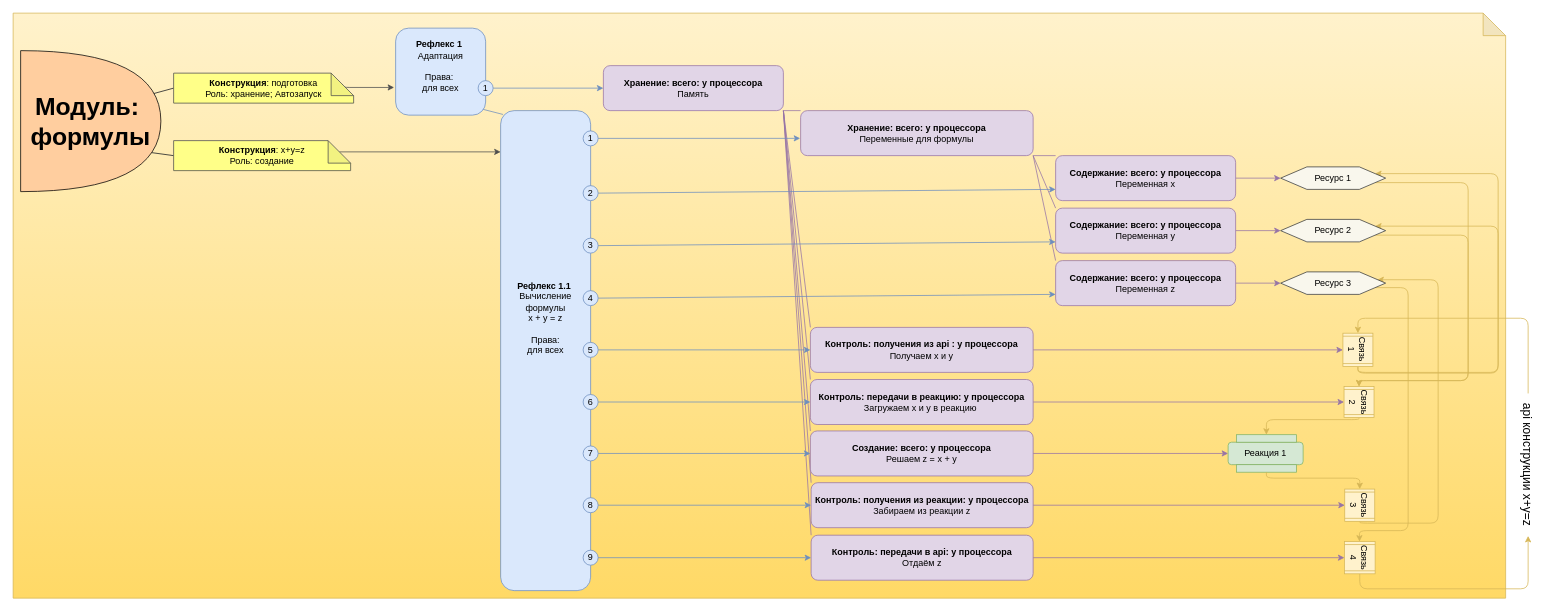
Before: Картинки/Module.drawio in it-architector/invention.csdr, a draw.io diagram. Source tidied: cells renumbered, new cells numbered last; positions are measured from the earlier drawing's top-left corner, leaving out a move shared by most shapes. Both pictures are drawn from the tidied source at 75%, with x=0, y=0 at pixel (13, 13).
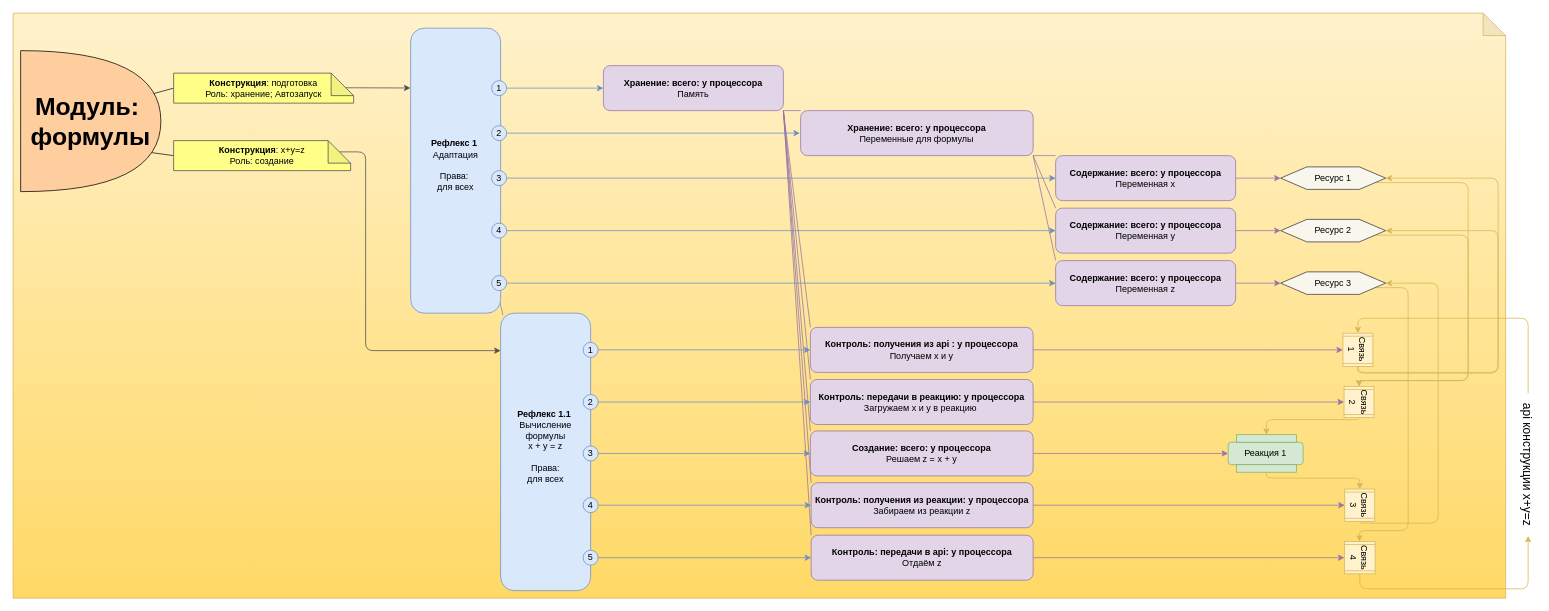
After the change.

Unchanged cells that the change refers to:
```xml
<mxCell id="11" value="&lt;b&gt;Содержание: всего: у&amp;nbsp;&lt;/b&gt;&lt;b&gt;процессора&lt;/b&gt;&lt;br&gt;Переменная z" style="rounded=1;whiteSpace=wrap;html=1;fillColor=#e1d5e7;strokeColor=#9673a6;" parent="1" vertex="1">
  <mxGeometry x="1390" y="330" width="240" height="60" as="geometry" />
</mxCell>
<mxCell id="14" value="Связь 1" style="shape=process;whiteSpace=wrap;html=1;backgroundOutline=1;fillColor=#fff2cc;strokeColor=#D6B656;rotation=90;" parent="1" vertex="1">
  <mxGeometry x="1770.8" y="429" width="44.5" height="40" as="geometry" />
</mxCell>
<mxCell id="18" value="&lt;b&gt;Хранение: всего: у&amp;nbsp;&lt;/b&gt;&lt;b&gt;процессора&lt;/b&gt;&lt;br&gt;Переменные для формулы" style="rounded=1;whiteSpace=wrap;html=1;fillColor=#e1d5e7;strokeColor=#9673a6;gradientColor=none;" parent="1" vertex="1">
  <mxGeometry x="1050" y="130" width="310" height="60" as="geometry" />
</mxCell>
<mxCell id="20" value="&lt;b&gt;Содержание: всего: у&amp;nbsp;&lt;/b&gt;&lt;b&gt;процессора&lt;/b&gt;&lt;br&gt;Переменная x" style="rounded=1;whiteSpace=wrap;html=1;fillColor=#e1d5e7;strokeColor=#9673A6;" parent="1" vertex="1">
  <mxGeometry x="1390" y="190" width="240" height="60" as="geometry" />
</mxCell>
<mxCell id="22" value="&lt;b&gt;Содержание: всего: у&amp;nbsp;&lt;/b&gt;&lt;b&gt;процессора&lt;/b&gt;&lt;br&gt;Переменная y" style="rounded=1;whiteSpace=wrap;html=1;fillColor=#e1d5e7;strokeColor=#9673a6;" parent="1" vertex="1">
  <mxGeometry x="1390" y="260" width="240" height="60" as="geometry" />
</mxCell>
<mxCell id="41" value="Связь 3" style="shape=process;whiteSpace=wrap;html=1;backgroundOutline=1;fillColor=#fff2cc;strokeColor=#D6B656;rotation=90;" parent="1" vertex="1">
  <mxGeometry x="1774" y="636.1" width="43" height="40" as="geometry" />
</mxCell>
<mxCell id="59" value="&lt;b&gt;Конструкция&lt;/b&gt;:&amp;nbsp;x+y=z&lt;br&gt;Роль: создание" style="shape=note;whiteSpace=wrap;html=1;backgroundOutline=1;darkOpacity=0.05;fillColor=#FFFF88;strokeColor=#4D4D4D;" parent="1" vertex="1">
  <mxGeometry x="214" y="170" width="236" height="40" as="geometry" />
</mxCell>
<mxCell id="61" value="Ресурс 1" style="shape=hexagon;perimeter=hexagonPerimeter2;whiteSpace=wrap;html=1;fillColor=#f9f7ed;strokeColor=#36393d;" parent="1" vertex="1">
  <mxGeometry x="1690" y="205" width="140" height="30" as="geometry" />
</mxCell>
<mxCell id="63" value="Ресурс 2" style="shape=hexagon;perimeter=hexagonPerimeter2;whiteSpace=wrap;html=1;fillColor=#f9f7ed;strokeColor=#36393d;" parent="1" vertex="1">
  <mxGeometry x="1690" y="275" width="140" height="30" as="geometry" />
</mxCell>
<mxCell id="65" value="Ресурс 3" style="shape=hexagon;perimeter=hexagonPerimeter2;whiteSpace=wrap;html=1;fillColor=#f9f7ed;strokeColor=#36393d;" parent="1" vertex="1">
  <mxGeometry x="1690" y="345" width="140" height="30" as="geometry" />
</mxCell>
<mxCell id="71" value="&lt;b&gt;Конструкция&lt;/b&gt;:&amp;nbsp;подготовка&lt;br&gt;Роль: хранение; Автозапуск" style="shape=note;whiteSpace=wrap;html=1;backgroundOutline=1;darkOpacity=0.05;fillColor=#FFFF88;strokeColor=#4D4D4D;" parent="1" vertex="1">
  <mxGeometry x="214" y="80" width="240" height="40" as="geometry" />
</mxCell>
```

Change to the diagram source:
```diff
@@
-    <mxCell id="12" style="edgeStyle=orthogonalEdgeStyle;rounded=1;jettySize=auto;html=1;exitX=1;exitY=0.5;exitDx=0;exitDy=0;entryX=1;entryY=0.25;entryDx=0;entryDy=0;strokeColor=#D6B656;" parent="1" edge="1" source="14" target="61">
+    <mxCell id="12" style="edgeStyle=orthogonalEdgeStyle;rounded=1;jettySize=auto;html=1;exitX=1;exitY=0.5;exitDx=0;exitDy=0;entryX=1;entryY=0.5;entryDx=0;entryDy=0;strokeColor=#D6B656;" parent="1" edge="1" source="14" target="61">
       <mxGeometry relative="1" as="geometry">
         <Array as="points">
           <mxPoint x="1793" y="479" />
           <mxPoint x="1980" y="479" />
-          <mxPoint x="1980" y="214" />
+          <mxPoint x="1980" y="220" />
         </Array>
       </mxGeometry>
     </mxCell>
-    <mxCell id="13" style="edgeStyle=orthogonalEdgeStyle;rounded=1;jettySize=auto;html=1;exitX=1;exitY=0.5;exitDx=0;exitDy=0;entryX=1;entryY=0.25;entryDx=0;entryDy=0;strokeColor=#D6B656;" parent="1" edge="1" source="14" target="63">
+    <mxCell id="13" style="edgeStyle=orthogonalEdgeStyle;rounded=1;jettySize=auto;html=1;exitX=1;exitY=0.5;exitDx=0;exitDy=0;entryX=1;entryY=0.5;entryDx=0;entryDy=0;strokeColor=#D6B656;" parent="1" edge="1" source="14" target="63">
       <mxGeometry relative="1" as="geometry">
         <Array as="points">
           <mxPoint x="1793" y="480" />
           <mxPoint x="1980" y="480" />
-          <mxPoint x="1980" y="284" />
+          <mxPoint x="1980" y="290" />
         </Array>
       </mxGeometry>
     </mxCell>
@@
-    <mxCell id="35" style="rounded=1;jettySize=auto;html=1;exitX=1;exitY=0.5;exitDx=0;exitDy=0;entryX=-0.002;entryY=0.616;entryDx=0;entryDy=0;endArrow=classic;endFill=1;strokeColor=#6C8EBF;entryPerimeter=0;" parent="1" edge="1" source="75" target="18">
-      <mxGeometry relative="1" as="geometry" />
+    <mxCell id="35" style="rounded=1;jettySize=auto;html=1;exitX=1;exitY=0.5;exitDx=0;exitDy=0;endArrow=classic;endFill=1;strokeColor=#6C8EBF;" parent="1" edge="1" source="75">
+      <mxGeometry relative="1" as="geometry">
+        <mxPoint x="1049" y="160" as="targetPoint" />
+      </mxGeometry>
     </mxCell>
-    <mxCell id="36" style="edgeStyle=none;rounded=1;jettySize=auto;html=1;exitX=1;exitY=0.5;exitDx=0;exitDy=0;entryX=0;entryY=0.75;entryDx=0;entryDy=0;endArrow=classic;endFill=1;strokeColor=#6C8EBF;" parent="1" edge="1" source="80" target="20">
+    <mxCell id="36" style="edgeStyle=none;rounded=1;jettySize=auto;html=1;exitX=1;exitY=0.5;exitDx=0;exitDy=0;entryX=0;entryY=0.5;entryDx=0;entryDy=0;endArrow=classic;endFill=1;strokeColor=#6C8EBF;" parent="1" edge="1" source="80" target="20">
       <mxGeometry relative="1" as="geometry" />
     </mxCell>
-    <mxCell id="37" value="&lt;b&gt;Рефлекс 1.1&lt;/b&gt;&lt;span&gt;&amp;nbsp;&lt;/span&gt;&lt;br&gt;&lt;span&gt;Вычисление формулы &lt;br&gt;x + y = z&lt;br&gt;&lt;br&gt;Права: &lt;br&gt;для всех&lt;br&gt;&lt;br&gt;&lt;br&gt;&lt;br&gt;&lt;br&gt;&lt;br&gt;&lt;br&gt;&lt;/span&gt;" style="rounded=1;whiteSpace=wrap;html=1;strokeColor=#6C8EBF;fillColor=#DAE8FC;align=center;verticalAlign=middle;" parent="1" vertex="1">
-      <mxGeometry x="650" y="130" width="120" height="640" as="geometry" />
+    <mxCell id="37" value="&lt;b&gt;Рефлекс 1.1&lt;/b&gt;&lt;span&gt;&amp;nbsp;&lt;/span&gt;&lt;br&gt;&lt;span&gt;Вычисление формулы &lt;br&gt;x + y = z&lt;br&gt;&lt;br&gt;Права: &lt;br&gt;для всех&lt;br&gt;&lt;br&gt;&lt;/span&gt;" style="rounded=1;whiteSpace=wrap;html=1;strokeColor=#6C8EBF;fillColor=#DAE8FC;align=center;verticalAlign=middle;" parent="1" vertex="1">
+      <mxGeometry x="650" y="400" width="120" height="370" as="geometry" />
     </mxCell>
@@
-    <mxCell id="40" style="rounded=1;jettySize=auto;html=1;exitX=1;exitY=0.5;exitDx=0;exitDy=0;entryX=0.922;entryY=0.349;entryDx=0;entryDy=0;strokeColor=#D6B656;edgeStyle=orthogonalEdgeStyle;entryPerimeter=0;" parent="1" edge="1" source="41" target="65">
+    <mxCell id="40" style="rounded=1;jettySize=auto;html=1;exitX=1;exitY=0.5;exitDx=0;exitDy=0;entryX=1;entryY=0.5;entryDx=0;entryDy=0;strokeColor=#D6B656;edgeStyle=orthogonalEdgeStyle;" parent="1" edge="1" source="41" target="65">
       <mxGeometry relative="1" as="geometry">
         <Array as="points">
           <mxPoint x="1796" y="680" />
           <mxPoint x="1900" y="680" />
-          <mxPoint x="1900" y="355" />
-          <mxPoint x="1819" y="355" />
+          <mxPoint x="1900" y="360" />
         </Array>
       </mxGeometry>
     </mxCell>
@@
-    <mxCell id="48" value="5" style="ellipse;whiteSpace=wrap;html=1;strokeColor=#6C8EBF;fillColor=#DAE8FC;" parent="1" vertex="1">
+    <mxCell id="48" value="1" style="ellipse;whiteSpace=wrap;html=1;strokeColor=#6C8EBF;fillColor=#DAE8FC;" parent="1" vertex="1">
       <mxGeometry x="760" y="439" width="20" height="20" as="geometry" />
     </mxCell>
-    <mxCell id="49" value="6" style="ellipse;whiteSpace=wrap;html=1;strokeColor=#6C8EBF;fillColor=#DAE8FC;" parent="1" vertex="1">
+    <mxCell id="49" value="2" style="ellipse;whiteSpace=wrap;html=1;strokeColor=#6C8EBF;fillColor=#DAE8FC;" parent="1" vertex="1">
       <mxGeometry x="760" y="508.5" width="20" height="20" as="geometry" />
     </mxCell>
-    <mxCell id="50" value="7" style="ellipse;whiteSpace=wrap;html=1;strokeColor=#6C8EBF;fillColor=#DAE8FC;" parent="1" vertex="1">
+    <mxCell id="50" value="3" style="ellipse;whiteSpace=wrap;html=1;strokeColor=#6C8EBF;fillColor=#DAE8FC;" parent="1" vertex="1">
       <mxGeometry x="760" y="577.1" width="20" height="20" as="geometry" />
     </mxCell>
-    <mxCell id="51" value="8" style="ellipse;whiteSpace=wrap;html=1;strokeColor=#6C8EBF;fillColor=#DAE8FC;" parent="1" vertex="1">
+    <mxCell id="51" value="4" style="ellipse;whiteSpace=wrap;html=1;strokeColor=#6C8EBF;fillColor=#DAE8FC;" parent="1" vertex="1">
       <mxGeometry x="760" y="646.1" width="20" height="20" as="geometry" />
     </mxCell>
-    <mxCell id="52" value="9" style="ellipse;whiteSpace=wrap;html=1;strokeColor=#6C8EBF;fillColor=#DAE8FC;" parent="1" vertex="1">
+    <mxCell id="52" value="5" style="ellipse;whiteSpace=wrap;html=1;strokeColor=#6C8EBF;fillColor=#DAE8FC;" parent="1" vertex="1">
       <mxGeometry x="760" y="716.1" width="20" height="20" as="geometry" />
     </mxCell>
@@
-    <mxCell id="57" style="edgeStyle=orthogonalEdgeStyle;rounded=1;jettySize=auto;html=1;exitX=0;exitY=0;exitDx=221;exitDy=15;exitPerimeter=0;endArrow=classic;endFill=1;strokeColor=#4D4D4D;" parent="1" edge="1" source="59">
+    <mxCell id="57" style="rounded=1;jettySize=auto;html=1;exitX=0;exitY=0;exitDx=221;exitDy=15;exitPerimeter=0;endArrow=classic;endFill=1;strokeColor=#4D4D4D;edgeStyle=orthogonalEdgeStyle;" parent="1" edge="1" source="59">
       <mxGeometry relative="1" as="geometry">
-        <mxPoint x="650" y="185" as="targetPoint" />
+        <mxPoint x="650" y="450" as="targetPoint" />
         <Array as="points">
-          <mxPoint x="650" y="185" />
+          <mxPoint x="470" y="185" />
+          <mxPoint x="470" y="450" />
+          <mxPoint x="650" y="450" />
         </Array>
       </mxGeometry>
     </mxCell>
@@
-    <mxCell id="69" style="edgeStyle=orthogonalEdgeStyle;rounded=1;jettySize=auto;html=1;exitX=0;exitY=0;exitDx=225;exitDy=15;exitPerimeter=0;entryX=-0.017;entryY=0.682;entryDx=0;entryDy=0;endArrow=classic;endFill=1;strokeColor=#4D4D4D;entryPerimeter=0;" parent="1" edge="1" source="71" target="73">
-      <mxGeometry relative="1" as="geometry">
-        <Array as="points">
-          <mxPoint x="439" y="99" />
-        </Array>
-      </mxGeometry>
+    <mxCell id="69" style="rounded=1;jettySize=auto;html=1;exitX=0.954;exitY=0.488;exitDx=0;exitDy=0;exitPerimeter=0;endArrow=classic;endFill=1;strokeColor=#4D4D4D;entryX=-0.002;entryY=0.21;entryDx=0;entryDy=0;entryPerimeter=0;" parent="1" edge="1" source="71" target="73">
+      <mxGeometry relative="1" as="geometry" />
     </mxCell>
@@
     <mxCell id="73" value="&lt;b&gt;Рефлекс 1&lt;/b&gt;&lt;span&gt;&amp;nbsp;&lt;/span&gt;&lt;br&gt;&lt;span&gt;Адаптация&lt;br&gt;&lt;br&gt;&lt;/span&gt;Права:&amp;nbsp;&lt;br&gt;для всех&lt;span&gt;&lt;br&gt;&lt;br&gt;&lt;/span&gt;" style="rounded=1;whiteSpace=wrap;html=1;strokeColor=#6C8EBF;fillColor=#DAE8FC;align=center;verticalAlign=middle;" parent="1" vertex="1">
-      <mxGeometry x="510" y="20" width="120" height="116" as="geometry" />
+      <mxGeometry x="530" y="20" width="120" height="380" as="geometry" />
     </mxCell>
@@
-    <mxCell id="75" value="1" style="ellipse;whiteSpace=wrap;html=1;strokeColor=#6C8EBF;fillColor=#DAE8FC;" parent="1" vertex="1">
-      <mxGeometry x="760" y="157" width="20" height="20" as="geometry" />
+    <mxCell id="75" value="2" style="ellipse;whiteSpace=wrap;html=1;strokeColor=#6C8EBF;fillColor=#DAE8FC;" parent="1" vertex="1">
+      <mxGeometry x="638" y="150" width="20" height="20" as="geometry" />
     </mxCell>
-    <mxCell id="76" style="edgeStyle=none;rounded=1;jettySize=auto;html=1;exitX=1;exitY=0.5;exitDx=0;exitDy=0;endArrow=classic;endFill=1;strokeColor=#6C8EBF;entryX=0;entryY=0.75;entryDx=0;entryDy=0;" parent="1" edge="1" source="77" target="11">
+    <mxCell id="76" style="edgeStyle=none;rounded=1;jettySize=auto;html=1;exitX=1;exitY=0.5;exitDx=0;exitDy=0;endArrow=classic;endFill=1;strokeColor=#6C8EBF;entryX=0;entryY=0.5;entryDx=0;entryDy=0;" parent="1" edge="1" source="77" target="11">
       <mxGeometry relative="1" as="geometry" />
     </mxCell>
-    <mxCell id="77" value="4" style="ellipse;whiteSpace=wrap;html=1;strokeColor=#6C8EBF;fillColor=#DAE8FC;" parent="1" vertex="1">
-      <mxGeometry x="760" y="370" width="20" height="20" as="geometry" />
+    <mxCell id="77" value="5" style="ellipse;whiteSpace=wrap;html=1;strokeColor=#6C8EBF;fillColor=#DAE8FC;" parent="1" vertex="1">
+      <mxGeometry x="638" y="350" width="20" height="20" as="geometry" />
     </mxCell>
-    <mxCell id="78" style="edgeStyle=none;rounded=1;jettySize=auto;html=1;exitX=1;exitY=0.5;exitDx=0;exitDy=0;entryX=0;entryY=0.75;entryDx=0;entryDy=0;endArrow=classic;endFill=1;strokeColor=#6C8EBF;" parent="1" edge="1" source="79" target="22">
+    <mxCell id="78" style="edgeStyle=none;rounded=1;jettySize=auto;html=1;exitX=1;exitY=0.5;exitDx=0;exitDy=0;entryX=0;entryY=0.5;entryDx=0;entryDy=0;endArrow=classic;endFill=1;strokeColor=#6C8EBF;" parent="1" edge="1" source="79" target="22">
       <mxGeometry relative="1" as="geometry" />
     </mxCell>
-    <mxCell id="79" value="3" style="ellipse;whiteSpace=wrap;html=1;strokeColor=#6C8EBF;fillColor=#DAE8FC;" parent="1" vertex="1">
-      <mxGeometry x="760" y="300" width="20" height="20" as="geometry" />
+    <mxCell id="79" value="4" style="ellipse;whiteSpace=wrap;html=1;strokeColor=#6C8EBF;fillColor=#DAE8FC;" parent="1" vertex="1">
+      <mxGeometry x="638" y="280" width="20" height="20" as="geometry" />
     </mxCell>
-    <mxCell id="80" value="2" style="ellipse;whiteSpace=wrap;html=1;strokeColor=#6C8EBF;fillColor=#DAE8FC;" parent="1" vertex="1">
-      <mxGeometry x="760" y="230" width="20" height="20" as="geometry" />
+    <mxCell id="80" value="3" style="ellipse;whiteSpace=wrap;html=1;strokeColor=#6C8EBF;fillColor=#DAE8FC;" parent="1" vertex="1">
+      <mxGeometry x="638" y="210" width="20" height="20" as="geometry" />
     </mxCell>
     <mxCell id="81" value="1" style="ellipse;whiteSpace=wrap;html=1;strokeColor=#6C8EBF;fillColor=#DAE8FC;" parent="1" vertex="1">
-      <mxGeometry x="620" y="90" width="20" height="20" as="geometry" />
+      <mxGeometry x="638" y="90" width="20" height="20" as="geometry" />
     </mxCell>
```
